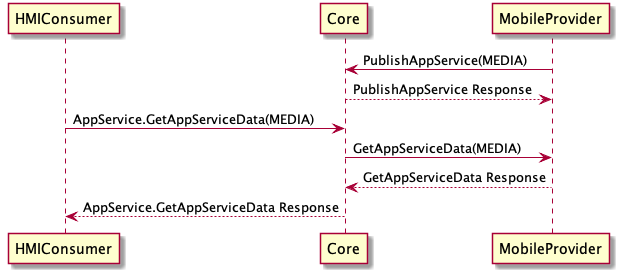
The PlantUML diagram docs/AppService/GetAppServiceData/assets/GetAppServiceData_HMI_ASC.png in smartdevicelink/sdl_hmi_integration_guidelines, before a commit.
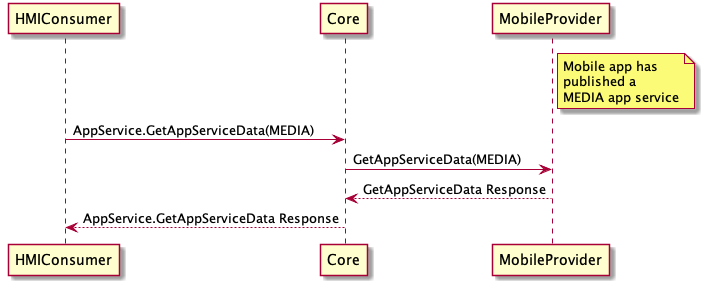
Above is the later version.

Diff of the diagram source:
```diff
@@ -3,8 +3,8 @@
 participant Core
 participant MobileProvider
 
-MobileProvider -> Core: PublishAppService(MEDIA)
-Core --> MobileProvider: PublishAppService Response
+note right of MobileProvider: Mobile app has\npublished a\nMEDIA app service
+
 HMIConsumer -> Core: AppService.GetAppServiceData(MEDIA)
 Core -> MobileProvider: GetAppServiceData(MEDIA)
 MobileProvider --> Core: GetAppServiceData Response
```
